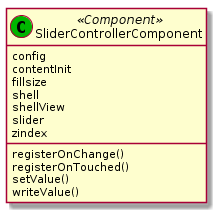
The PlantUML diagram out/doc/classes/SliderControllerComponent.png in clm2609/VirtualDJ, before a commit.
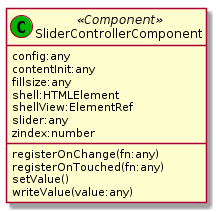
Above is the later version.

Change to the diagram source:
```diff
@@ -1,15 +1,15 @@
 @startuml SliderControllerComponent
 class "SliderControllerComponent" as slider <<(C,#00b500) Component>>{
-    config
-    contentInit
-    fillsize
-    shell
-    shellView
-    slider
-    zindex
-    registerOnChange()
-    registerOnTouched()
+    config:any
+    contentInit:any
+    fillsize:any
+    shell:HTMLElement
+    shellView:ElementRef
+    slider:any
+    zindex:number
+    registerOnChange(fn:any)
+    registerOnTouched(fn:any)
     setValue()
-    writeValue()
+    writeValue(value:any)
 }
 @enduml
```
